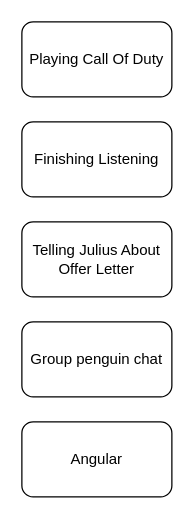
Above: Untitled Diagram.drawio in surfersulver994/PAT (draw.io), before the change. Source tidied: cells renumbered, new cells numbered last; positions are measured from the earlier drawing's top-left corner, leaving out a move shared by most shapes. Both pictures are drawn from the tidied source at 125%, with x=0, y=0 at pixel (21, 21).
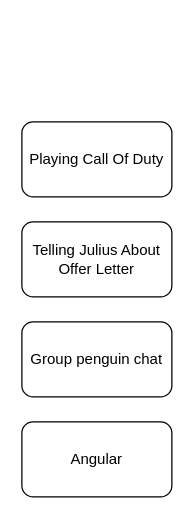
Above is the later version.

Change to the diagram source:
```diff
@@
 <mxGraphModel>
   <root>
     <mxCell id="0" />
     <mxCell id="1" parent="0" />
     <mxCell id="2" value="Playing Call Of Duty" style="rounded=1;whiteSpace=wrap;html=1;" parent="1" vertex="1">
-      <mxGeometry width="120" height="60" as="geometry" />
+      <mxGeometry y="80" width="120" height="60" as="geometry" />
     </mxCell>
     <mxCell id="3" value="Telling Julius About Offer Letter" style="rounded=1;whiteSpace=wrap;html=1;" parent="1" vertex="1">
       <mxGeometry y="160" width="120" height="60" as="geometry" />
     </mxCell>
-    <mxCell id="4" value="Finishing Listening" style="rounded=1;whiteSpace=wrap;html=1;" parent="1" vertex="1">
-      <mxGeometry y="80" width="120" height="60" as="geometry" />
-    </mxCell>
     <mxCell id="5" value="Group penguin chat" style="rounded=1;whiteSpace=wrap;html=1;" parent="1" vertex="1">
       <mxGeometry y="240" width="120" height="60" as="geometry" />
     </mxCell>
     <mxCell id="6" value="Angular" style="rounded=1;whiteSpace=wrap;html=1;" parent="1" vertex="1">
       <mxGeometry y="320" width="120" height="60" as="geometry" />
     </mxCell>
   </root>
 </mxGraphModel>
```
